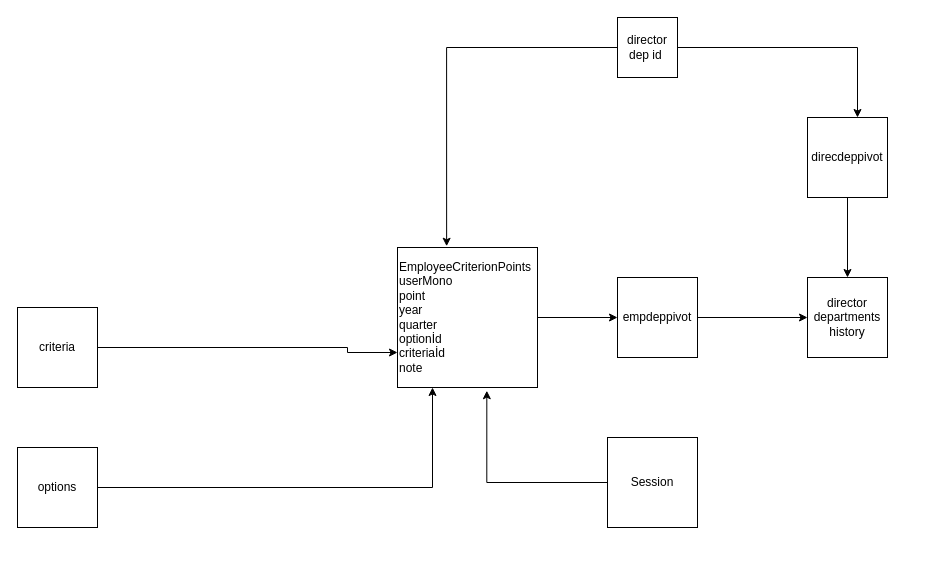
Before: Untitled Diagram.drawio in CavidH/AOP, a draw.io diagram. Source tidied: cells renumbered, new cells numbered last; positions are measured from the earlier drawing's top-left corner, leaving out a move shared by most shapes. Both pictures are drawn from the tidied source at 100%, with x=0, y=0 at pixel (17, 17).
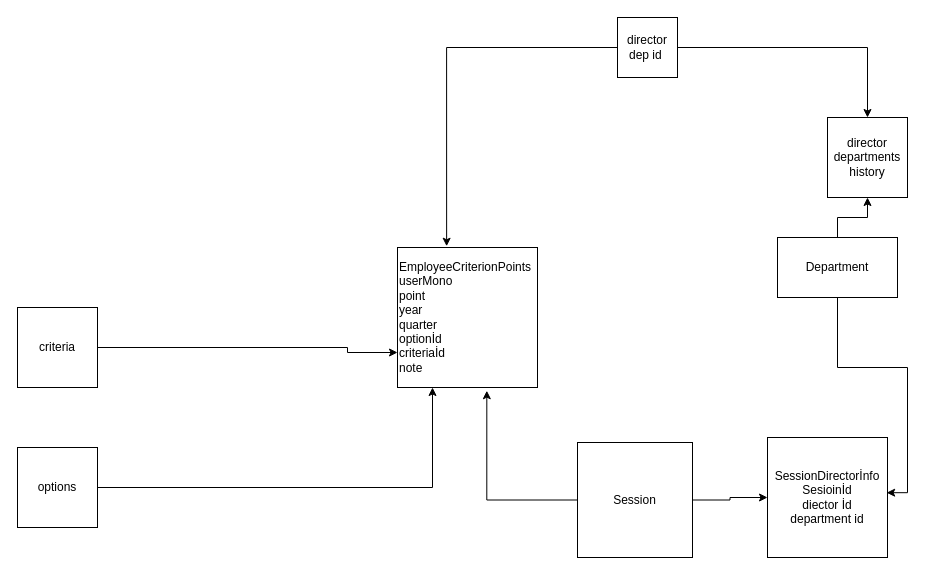
Above is the later version.

What changed in the source:
```diff
@@
 <mxGraphModel>
   <root>
     <mxCell id="0" />
     <mxCell id="1" parent="0" />
-    <mxCell id="2" style="edgeStyle=orthogonalEdgeStyle;rounded=0;jettySize=auto;html=1;entryX=0;entryY=0.5;entryDx=0;entryDy=0;" parent="1" edge="1" source="3" target="14">
-      <mxGeometry relative="1" as="geometry" />
-    </mxCell>
     <mxCell id="3" value="EmployeeCriterionPoints&lt;br&gt;userMono&lt;br&gt;point&lt;br&gt;year&lt;br&gt;quarter&lt;br&gt;optionİd&lt;br&gt;criteriaİd&lt;br&gt;note&lt;br&gt;" style="whiteSpace=wrap;html=1;align=left;" parent="1" vertex="1">
       <mxGeometry x="380" y="230" width="140" height="140" as="geometry" />
     </mxCell>
     <mxCell id="4" style="edgeStyle=orthogonalEdgeStyle;rounded=0;jettySize=auto;html=1;exitX=1;exitY=0.5;exitDx=0;exitDy=0;entryX=0;entryY=0.75;entryDx=0;entryDy=0;" parent="1" edge="1" source="5" target="3">
       <mxGeometry relative="1" as="geometry">
         <Array as="points">
           <mxPoint x="330" y="330" />
         </Array>
       </mxGeometry>
     </mxCell>
     <mxCell id="5" value="criteria" style="whiteSpace=wrap;html=1;" parent="1" vertex="1">
       <mxGeometry y="290" width="80" height="80" as="geometry" />
     </mxCell>
     <mxCell id="6" style="edgeStyle=orthogonalEdgeStyle;rounded=0;jettySize=auto;html=1;entryX=0.25;entryY=1;entryDx=0;entryDy=0;" parent="1" edge="1" source="7" target="3">
       <mxGeometry relative="1" as="geometry" />
     </mxCell>
     <mxCell id="7" value="options" style="whiteSpace=wrap;html=1;" parent="1" vertex="1">
       <mxGeometry y="430" width="80" height="80" as="geometry" />
     </mxCell>
-    <mxCell id="8" style="edgeStyle=orthogonalEdgeStyle;rounded=0;jettySize=auto;html=1;entryX=0.625;entryY=0;entryDx=0;entryDy=0;entryPerimeter=0;" parent="1" edge="1" source="10" target="12">
+    <mxCell id="8" style="edgeStyle=orthogonalEdgeStyle;rounded=0;jettySize=auto;html=1;" parent="1" edge="1" source="10" target="15">
       <mxGeometry relative="1" as="geometry" />
     </mxCell>
     <mxCell id="9" style="edgeStyle=orthogonalEdgeStyle;rounded=0;jettySize=auto;html=1;entryX=0.351;entryY=-0.009;entryDx=0;entryDy=0;entryPerimeter=0;" parent="1" edge="1" source="10" target="3">
       <mxGeometry relative="1" as="geometry" />
     </mxCell>
     <mxCell id="10" value="director&lt;br&gt;dep id&amp;nbsp;" style="whiteSpace=wrap;html=1;" parent="1" vertex="1">
       <mxGeometry x="600" width="60" height="60" as="geometry" />
     </mxCell>
-    <mxCell id="11" style="edgeStyle=orthogonalEdgeStyle;rounded=0;jettySize=auto;html=1;" parent="1" edge="1" source="12" target="15">
-      <mxGeometry relative="1" as="geometry" />
-    </mxCell>
-    <mxCell id="12" value="direcdeppivot" style="whiteSpace=wrap;html=1;" parent="1" vertex="1">
-      <mxGeometry x="790" y="100" width="80" height="80" as="geometry" />
-    </mxCell>
-    <mxCell id="13" style="edgeStyle=orthogonalEdgeStyle;rounded=0;jettySize=auto;html=1;entryX=0;entryY=0.5;entryDx=0;entryDy=0;" parent="1" edge="1" source="14" target="15">
-      <mxGeometry relative="1" as="geometry" />
-    </mxCell>
-    <mxCell id="14" value="empdeppivot" style="whiteSpace=wrap;html=1;" parent="1" vertex="1">
-      <mxGeometry x="600" y="260" width="80" height="80" as="geometry" />
-    </mxCell>
     <mxCell id="15" value="director&lt;br&gt;departments&lt;br&gt;history" style="whiteSpace=wrap;html=1;" parent="1" vertex="1">
-      <mxGeometry x="790" y="260" width="80" height="80" as="geometry" />
+      <mxGeometry x="810" y="100" width="80" height="80" as="geometry" />
     </mxCell>
     <mxCell id="16" style="edgeStyle=orthogonalEdgeStyle;rounded=0;jettySize=auto;html=1;entryX=0.638;entryY=1.023;entryDx=0;entryDy=0;entryPerimeter=0;" parent="1" edge="1" source="17" target="3">
       <mxGeometry relative="1" as="geometry" />
     </mxCell>
+    <mxCell id="18" style="edgeStyle=orthogonalEdgeStyle;rounded=0;jettySize=auto;html=1;" parent="1" edge="1" source="17" target="19">
+      <mxGeometry relative="1" as="geometry" />
+    </mxCell>
-    <mxCell id="17" value="Session" style="whiteSpace=wrap;html=1;" parent="1" vertex="1">
-      <mxGeometry x="590" y="420" width="90" height="90" as="geometry" />
+    <mxCell id="17" value="Session&lt;br&gt;" style="whiteSpace=wrap;html=1;" parent="1" vertex="1">
+      <mxGeometry x="560" y="425" width="115" height="115" as="geometry" />
     </mxCell>
+    <mxCell id="19" value="SessionDirectorİnfo&lt;br&gt;Sesioinİd&lt;br&gt;diector İd&lt;br&gt;department id" style="whiteSpace=wrap;html=1;" parent="1" vertex="1">
+      <mxGeometry x="750" y="420" width="120" height="120" as="geometry" />
+    </mxCell>
+    <mxCell id="20" style="edgeStyle=orthogonalEdgeStyle;rounded=0;jettySize=auto;html=1;entryX=0.5;entryY=1;entryDx=0;entryDy=0;" parent="1" edge="1" source="22" target="15">
+      <mxGeometry relative="1" as="geometry" />
+    </mxCell>
+    <mxCell id="21" style="edgeStyle=orthogonalEdgeStyle;rounded=0;jettySize=auto;html=1;entryX=0.993;entryY=0.46;entryDx=0;entryDy=0;entryPerimeter=0;" parent="1" edge="1" source="22" target="19">
+      <mxGeometry relative="1" as="geometry" />
+    </mxCell>
+    <mxCell id="22" value="Department" style="whiteSpace=wrap;html=1;" parent="1" vertex="1">
+      <mxGeometry x="760" y="220" width="120" height="60" as="geometry" />
+    </mxCell>
   </root>
 </mxGraphModel>
```
